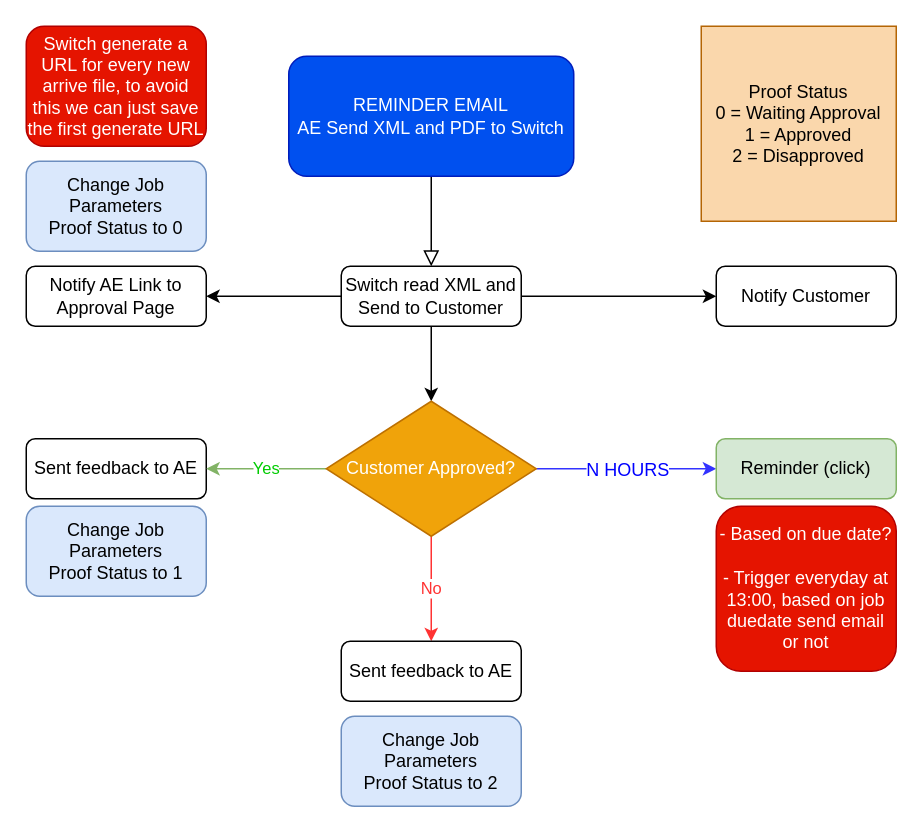
Before: page "Main (old)" (1 of 3) of Reminder Email.drawio in bbertolani/newprint-reminder, a draw.io diagram. Source tidied: cells renumbered, new cells numbered last; positions are measured from the earlier drawing's top-left corner, leaving out a move shared by most shapes. Both pictures are drawn from the tidied source at 150%, with x=0, y=0 at pixel (26, 26).
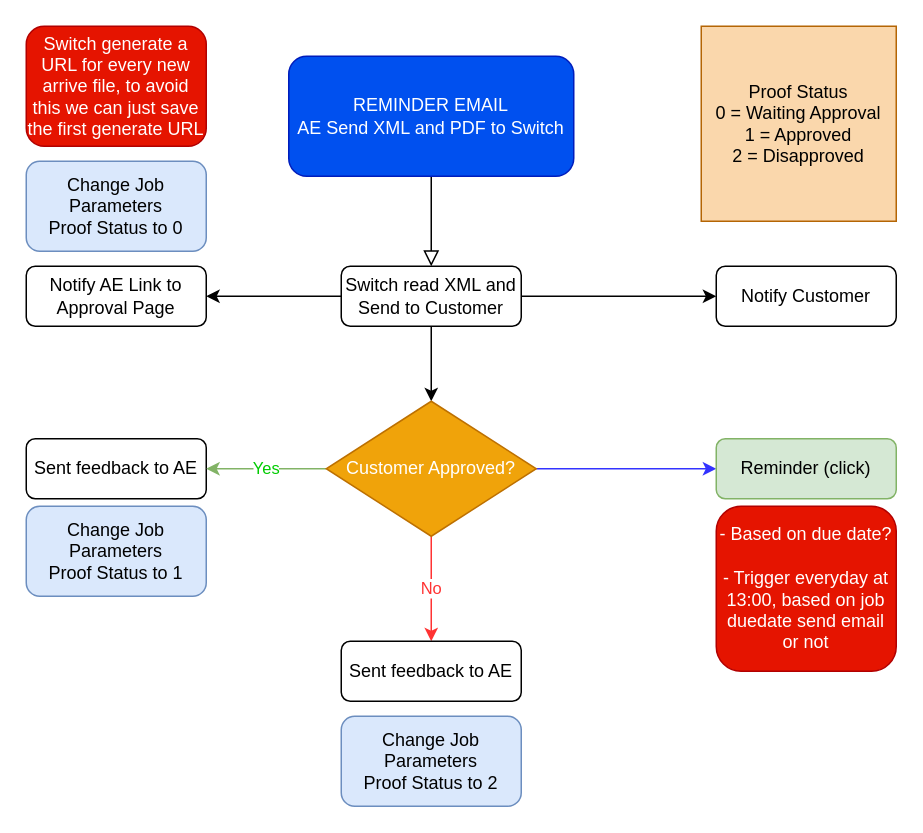
After the change.

Unchanged cells that the change refers to:
```xml
<mxCell id="13" style="edgeStyle=orthogonalEdgeStyle;rounded=0;jettySize=auto;html=1;fillColor=#dae8fc;strokeColor=#3333FF;" parent="1" edge="1" source="15" target="17">
  <mxGeometry relative="1" as="geometry" />
</mxCell>
```

Diff of the diagram source:
```diff
@@
-    <mxCell id="14" value="N HOURS" style="text;html=1;align=center;verticalAlign=middle;labelBackgroundColor=#ffffff;fontColor=#0000FF;" parent="13" vertex="1">
-      <mxGeometry x="-0.1" relative="1" as="geometry">
-        <mxPoint x="6" as="offset" />
-      </mxGeometry>
-    </mxCell>
```
